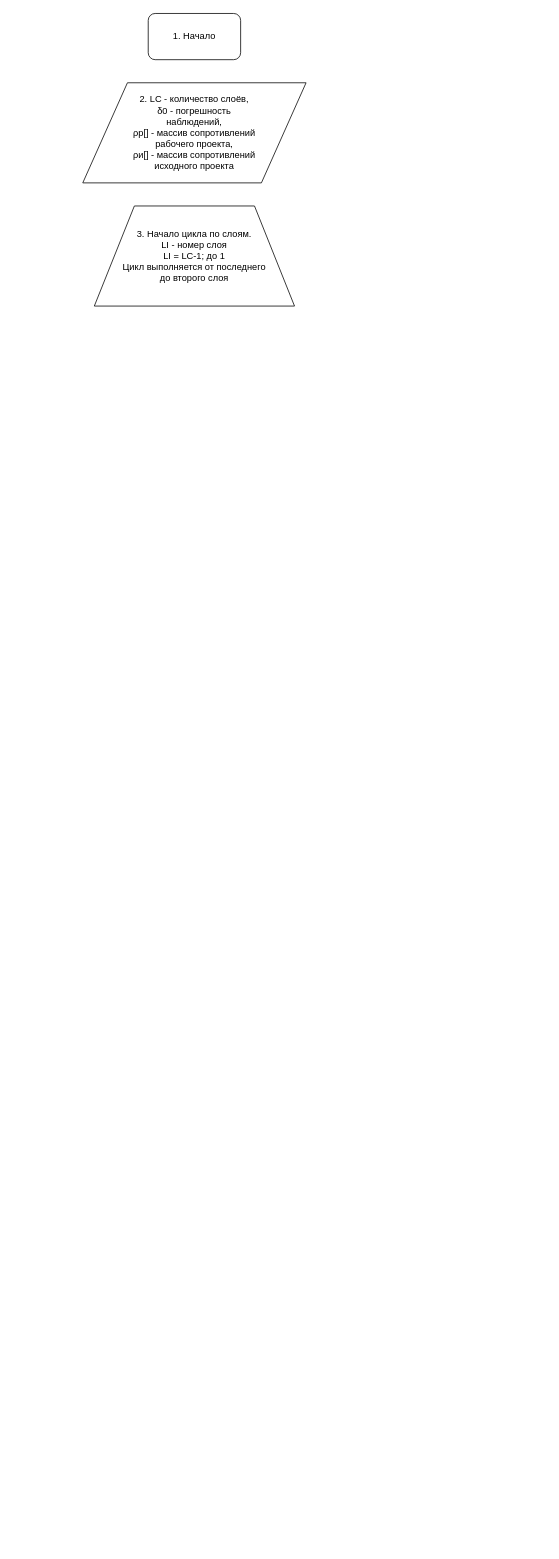
The draw.io diagram Новый алгоритм количественного мониторинга.drawio in svm-elwin/Diagrams, before the edit. Source tidied: cells renumbered, new cells numbered last; positions are measured from the earlier drawing's top-left corner, leaving out a move shared by most shapes. Both pictures are drawn from the tidied source at 77%, with x=0, y=0 at pixel (82, 13).
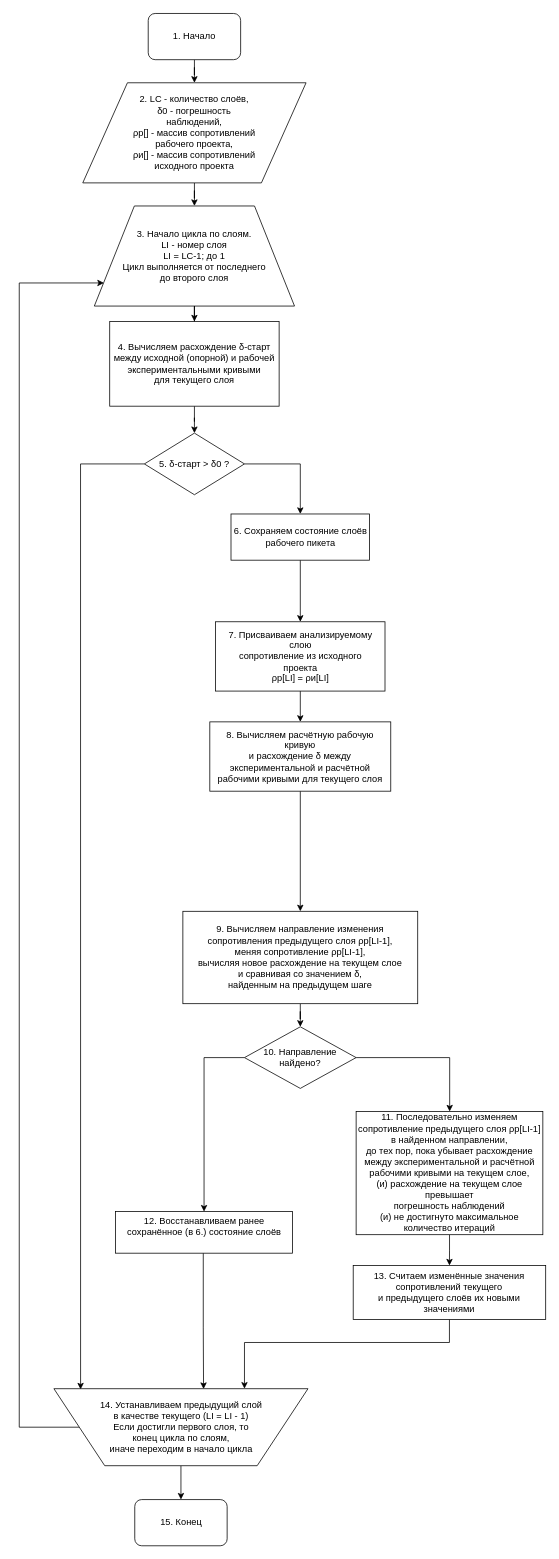
After the change.

Unchanged cells that the change refers to:
```xml
<mxCell id="2" value="1. Начало" style="rounded=1;whiteSpace=wrap;html=1;" parent="1" vertex="1">
  <mxGeometry x="85" width="120" height="60" as="geometry" />
</mxCell>
<mxCell id="3" value="&lt;div&gt;2. LC - количество слоёв,&lt;/div&gt;&lt;div&gt;δ0 - погрешность&lt;/div&gt;&lt;div&gt;наблюдений,&lt;/div&gt;&lt;div&gt;ρр[] - массив сопротивлений&lt;/div&gt;&lt;div&gt;рабочего проекта,&lt;/div&gt;&lt;div&gt;ρи[] - массив сопротивлений&lt;/div&gt;&lt;div&gt;исходного проекта&lt;/div&gt;" style="shape=parallelogram;perimeter=parallelogramPerimeter;whiteSpace=wrap;html=1;" parent="1" vertex="1">
  <mxGeometry y="90" width="290" height="130" as="geometry" />
</mxCell>
<mxCell id="4" value="&lt;div&gt;3. Начало цикла по слоям.&lt;/div&gt;&lt;div&gt;LI - номер слоя&lt;/div&gt;&lt;div&gt;LI = LC-1; до 1&lt;/div&gt;&lt;div&gt;Цикл выполняется от последнего&lt;/div&gt;&lt;div&gt;до второго слоя&lt;/div&gt;" style="shape=trapezoid;perimeter=trapezoidPerimeter;whiteSpace=wrap;html=1;" parent="1" vertex="1">
  <mxGeometry x="15" y="250" width="260" height="130" as="geometry" />
</mxCell>
```

What changed in the source:
```diff
@@
+    <mxCell id="5" style="edgeStyle=orthogonalEdgeStyle;rounded=0;jettySize=auto;html=1;" parent="1" edge="1" source="2" target="3">
+      <mxGeometry relative="1" as="geometry" />
+    </mxCell>
@@
+    <mxCell id="6" style="edgeStyle=orthogonalEdgeStyle;rounded=0;jettySize=auto;html=1;" parent="1" edge="1" source="3" target="4">
+      <mxGeometry relative="1" as="geometry" />
+    </mxCell>
@@
+    <mxCell id="7" style="edgeStyle=orthogonalEdgeStyle;rounded=0;jettySize=auto;html=1;" parent="1" edge="1" source="4" target="9">
+      <mxGeometry relative="1" as="geometry" />
+    </mxCell>
@@
+    <mxCell id="8" style="edgeStyle=orthogonalEdgeStyle;rounded=0;jettySize=auto;html=1;" parent="1" edge="1" source="9" target="12">
+      <mxGeometry relative="1" as="geometry" />
+    </mxCell>
+    <mxCell id="9" value="&lt;div&gt;4. Вычисляем расхождение δ-старт&lt;/div&gt;&lt;div&gt;между исходной (опорной) и рабочей&lt;/div&gt;&lt;div&gt;экспериментальными кривыми&lt;/div&gt;&lt;div&gt;для текущего слоя&lt;/div&gt;" style="rounded=0;whiteSpace=wrap;html=1;" parent="1" vertex="1">
+      <mxGeometry x="35" y="400" width="220" height="110" as="geometry" />
+    </mxCell>
+    <mxCell id="10" style="edgeStyle=orthogonalEdgeStyle;rounded=0;jettySize=auto;html=1;" parent="1" edge="1" source="12" target="14">
+      <mxGeometry relative="1" as="geometry">
+        <Array as="points">
+          <mxPoint x="282.5" y="585" />
+        </Array>
+      </mxGeometry>
+    </mxCell>
+    <mxCell id="11" style="edgeStyle=orthogonalEdgeStyle;rounded=0;jettySize=auto;html=1;entryX=0.895;entryY=0.99;entryDx=0;entryDy=0;entryPerimeter=0;" parent="1" edge="1" source="12" target="32">
+      <mxGeometry relative="1" as="geometry">
+        <Array as="points">
+          <mxPoint x="-2.5" y="585" />
+        </Array>
+      </mxGeometry>
+    </mxCell>
+    <mxCell id="12" value="5. δ-старт &amp;gt; δ0 ?" style="rhombus;whiteSpace=wrap;html=1;" parent="1" vertex="1">
+      <mxGeometry x="80" y="545" width="130" height="80" as="geometry" />
+    </mxCell>
+    <mxCell id="13" style="edgeStyle=orthogonalEdgeStyle;rounded=0;jettySize=auto;html=1;exitX=0.5;exitY=1;exitDx=0;exitDy=0;entryX=0.5;entryY=0;entryDx=0;entryDy=0;" parent="1" edge="1" source="14" target="16">
+      <mxGeometry relative="1" as="geometry" />
+    </mxCell>
+    <mxCell id="14" value="&lt;div&gt;6. Сохраняем состояние слоёв рабочего пикета&lt;/div&gt;" style="rounded=0;whiteSpace=wrap;html=1;" parent="1" vertex="1">
+      <mxGeometry x="192.5" y="650" width="180" height="60" as="geometry" />
+    </mxCell>
+    <mxCell id="15" style="edgeStyle=orthogonalEdgeStyle;rounded=0;jettySize=auto;html=1;entryX=0.5;entryY=0;entryDx=0;entryDy=0;" parent="1" edge="1" source="16" target="18">
+      <mxGeometry relative="1" as="geometry" />
+    </mxCell>
+    <mxCell id="16" value="&lt;div&gt;7. Присваиваем анализируемому слою&lt;/div&gt;&lt;div&gt;сопротивление из исходного&lt;/div&gt;&lt;div&gt;проекта&lt;/div&gt;&lt;div&gt;ρp[LI] = ρи[LI]&lt;/div&gt;" style="rounded=0;whiteSpace=wrap;html=1;" parent="1" vertex="1">
+      <mxGeometry x="172.5" y="790" width="220" height="90" as="geometry" />
+    </mxCell>
+    <mxCell id="17" style="edgeStyle=orthogonalEdgeStyle;rounded=0;jettySize=auto;html=1;entryX=0.5;entryY=0;entryDx=0;entryDy=0;" parent="1" edge="1" source="18" target="20">
+      <mxGeometry relative="1" as="geometry" />
+    </mxCell>
+    <mxCell id="18" value="&lt;div style=&quot;white-space: normal&quot;&gt;8. Вычисляем расчётную рабочую кривую&lt;/div&gt;&lt;div style=&quot;white-space: normal&quot;&gt;и расхождение δ между&lt;/div&gt;&lt;div style=&quot;white-space: normal&quot;&gt;экспериментальной и расчётной&lt;/div&gt;&lt;div style=&quot;white-space: normal&quot;&gt;рабочими кривыми для текущего слоя&lt;/div&gt;" style="rounded=0;whiteSpace=wrap;html=1;" parent="1" vertex="1">
+      <mxGeometry x="165" y="920" width="235" height="90" as="geometry" />
+    </mxCell>
+    <mxCell id="19" style="edgeStyle=orthogonalEdgeStyle;rounded=0;jettySize=auto;html=1;entryX=0.5;entryY=0;entryDx=0;entryDy=0;" parent="1" edge="1" source="20" target="23">
+      <mxGeometry relative="1" as="geometry" />
+    </mxCell>
+    <mxCell id="20" value="&lt;div&gt;9. Вычисляем направление изменения&lt;/div&gt;&lt;div&gt;сопротивления предыдущего слоя ρр[LI-1],&lt;/div&gt;&lt;div&gt;меняя сопротивление ρр[LI-1],&lt;/div&gt;&lt;div&gt;вычисляя новое расхождение на текущем слое&lt;/div&gt;&lt;div&gt;и сравнивая со значением δ,&lt;/div&gt;&lt;div&gt;найденным на предыдущем шаге&lt;/div&gt;" style="rounded=0;whiteSpace=wrap;html=1;" parent="1" vertex="1">
+      <mxGeometry x="130" y="1166" width="305" height="120" as="geometry" />
+    </mxCell>
+    <mxCell id="21" style="edgeStyle=orthogonalEdgeStyle;rounded=0;jettySize=auto;html=1;" parent="1" edge="1" source="23" target="25">
+      <mxGeometry relative="1" as="geometry">
+        <Array as="points">
+          <mxPoint x="282.5" y="1356" />
+          <mxPoint x="476.5" y="1356" />
+        </Array>
+      </mxGeometry>
+    </mxCell>
+    <mxCell id="22" style="edgeStyle=orthogonalEdgeStyle;rounded=0;jettySize=auto;html=1;exitX=0;exitY=0.5;exitDx=0;exitDy=0;" parent="1" edge="1" source="23" target="29">
+      <mxGeometry relative="1" as="geometry" />
+    </mxCell>
+    <mxCell id="23" value="10. Направление найдено?" style="rhombus;whiteSpace=wrap;html=1;" parent="1" vertex="1">
+      <mxGeometry x="210" y="1316" width="145" height="80" as="geometry" />
+    </mxCell>
+    <mxCell id="24" style="edgeStyle=orthogonalEdgeStyle;rounded=0;jettySize=auto;html=1;entryX=0.5;entryY=0;entryDx=0;entryDy=0;" parent="1" edge="1" source="25" target="27">
+      <mxGeometry relative="1" as="geometry" />
+    </mxCell>
+    <mxCell id="25" value="&lt;div&gt;11. Последовательно изменяем&lt;/div&gt;&lt;div&gt;сопротивление предыдущего слоя ρр[LI-1]&lt;/div&gt;&lt;div&gt;в найденном направлении,&lt;/div&gt;&lt;div&gt;до тех пор, пока убывает расхождение&lt;/div&gt;&lt;div&gt;между экспериментальной и расчётной&lt;/div&gt;&lt;div&gt;рабочими кривыми на текущем слое,&lt;/div&gt;&lt;div&gt;(и) расхождение на текущем слое превышает&lt;/div&gt;&lt;div&gt;погрешность наблюдений&lt;/div&gt;&lt;div&gt;(и) не достигнуто максимальное&lt;/div&gt;&lt;div&gt;количество итераций&lt;/div&gt;" style="rounded=0;whiteSpace=wrap;html=1;" parent="1" vertex="1">
+      <mxGeometry x="355" y="1426" width="242.5" height="160" as="geometry" />
+    </mxCell>
+    <mxCell id="26" style="edgeStyle=orthogonalEdgeStyle;rounded=0;jettySize=auto;html=1;entryX=0.25;entryY=1;entryDx=0;entryDy=0;" parent="1" edge="1" source="27" target="32">
+      <mxGeometry relative="1" as="geometry">
+        <Array as="points">
+          <mxPoint x="476.5" y="1726" />
+          <mxPoint x="210.5" y="1726" />
+        </Array>
+      </mxGeometry>
+    </mxCell>
+    <mxCell id="27" value="&lt;div&gt;13. Считаем изменённые значения&lt;/div&gt;&lt;div&gt;сопротивлений текущего&lt;/div&gt;&lt;div&gt;и предыдущего слоёв их новыми значениями&lt;/div&gt;" style="rounded=0;whiteSpace=wrap;html=1;" parent="1" vertex="1">
+      <mxGeometry x="351.2" y="1626" width="250" height="70" as="geometry" />
+    </mxCell>
+    <mxCell id="28" style="edgeStyle=orthogonalEdgeStyle;rounded=0;jettySize=auto;html=1;entryX=0.411;entryY=0.996;entryDx=0;entryDy=0;entryPerimeter=0;" parent="1" edge="1" source="29" target="32">
+      <mxGeometry relative="1" as="geometry">
+        <Array as="points">
+          <mxPoint x="156.5" y="1706" />
+          <mxPoint x="156.5" y="1706" />
+        </Array>
+      </mxGeometry>
+    </mxCell>
+    <mxCell id="29" value="&lt;div&gt;12. Восстанавливаем ранее сохранённое (в 6.) состояние слоёв&lt;/div&gt;&lt;div&gt;&lt;br&gt;&lt;/div&gt;" style="rounded=0;whiteSpace=wrap;html=1;" parent="1" vertex="1">
+      <mxGeometry x="42.5" y="1556" width="230" height="54" as="geometry" />
+    </mxCell>
+    <mxCell id="30" style="edgeStyle=orthogonalEdgeStyle;rounded=0;jettySize=auto;html=1;entryX=0.048;entryY=0.769;entryDx=0;entryDy=0;entryPerimeter=0;" parent="1" edge="1" source="32" target="4">
+      <mxGeometry relative="1" as="geometry">
+        <Array as="points">
+          <mxPoint x="-82.5" y="1836" />
+          <mxPoint x="-82.5" y="350" />
+        </Array>
+      </mxGeometry>
+    </mxCell>
+    <mxCell id="31" style="edgeStyle=orthogonalEdgeStyle;rounded=0;jettySize=auto;html=1;" parent="1" edge="1" source="32" target="33">
+      <mxGeometry relative="1" as="geometry" />
+    </mxCell>
+    <mxCell id="32" value="&lt;div&gt;14. Устанавливаем предыдущий слой&lt;/div&gt;&lt;div&gt;в качестве текущего (LI = LI - 1)&lt;/div&gt;&lt;div&gt;Если достигли первого слоя, то&lt;/div&gt;&lt;div&gt;конец цикла по слоям,&lt;/div&gt;&lt;div&gt;иначе переходим в начало цикла&lt;/div&gt;" style="shape=trapezoid;perimeter=trapezoidPerimeter;whiteSpace=wrap;html=1;direction=west;" parent="1" vertex="1">
+      <mxGeometry x="-37.5" y="1786" width="330" height="100" as="geometry" />
+    </mxCell>
+    <mxCell id="33" value="15. Конец" style="rounded=1;whiteSpace=wrap;html=1;" parent="1" vertex="1">
+      <mxGeometry x="67.5" y="1930" width="120" height="60" as="geometry" />
+    </mxCell>
```
